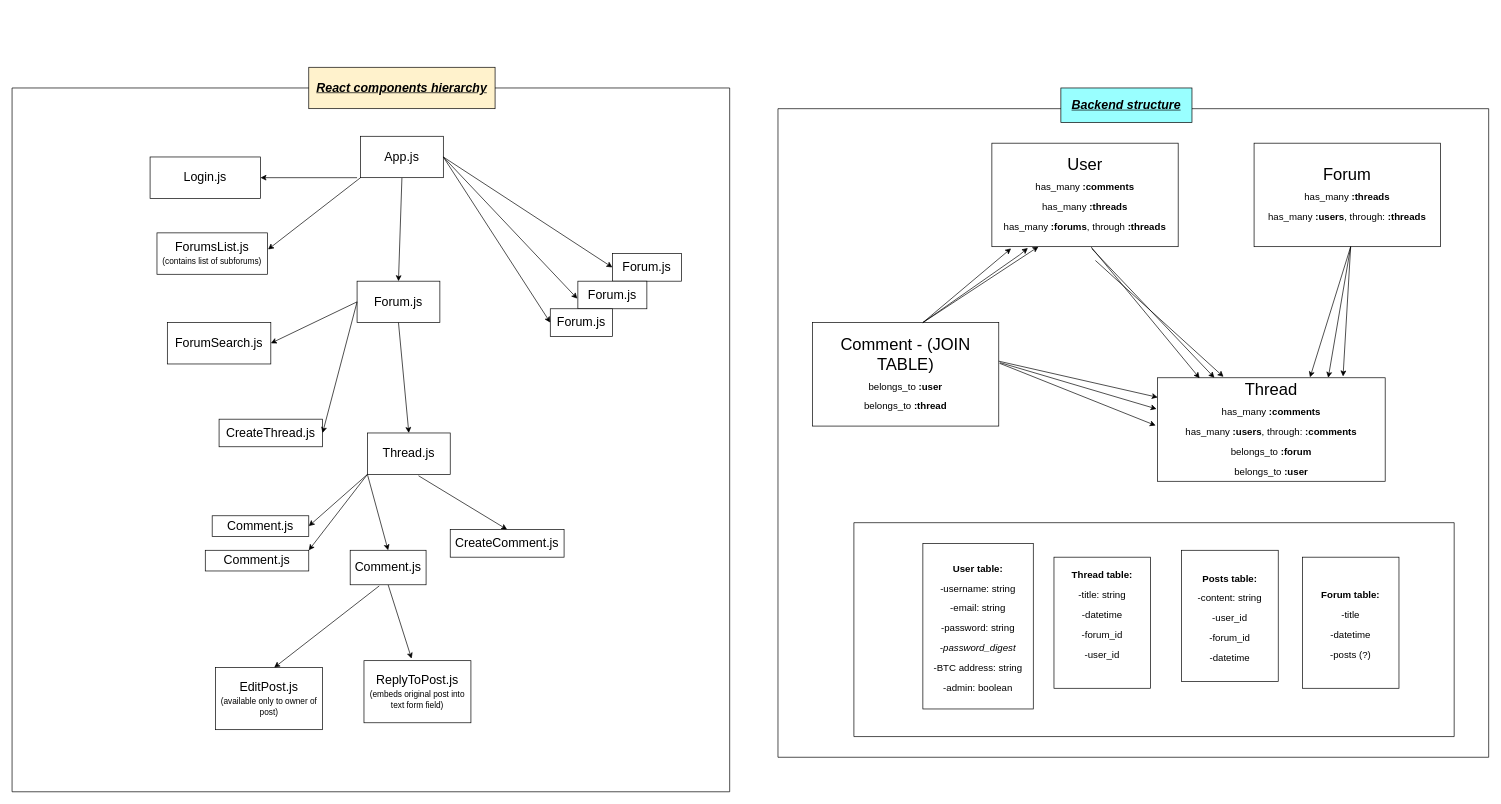
babux1/CryptoDev keeps this draw.io diagram as flowcharts.drawio. Above is the earlier version. Source tidied: cells renumbered, new cells numbered last; positions are measured from the earlier drawing's top-left corner, leaving out a move shared by most shapes. Both pictures are drawn from the tidied source at 69%, with x=0, y=0 at pixel (12, 67).
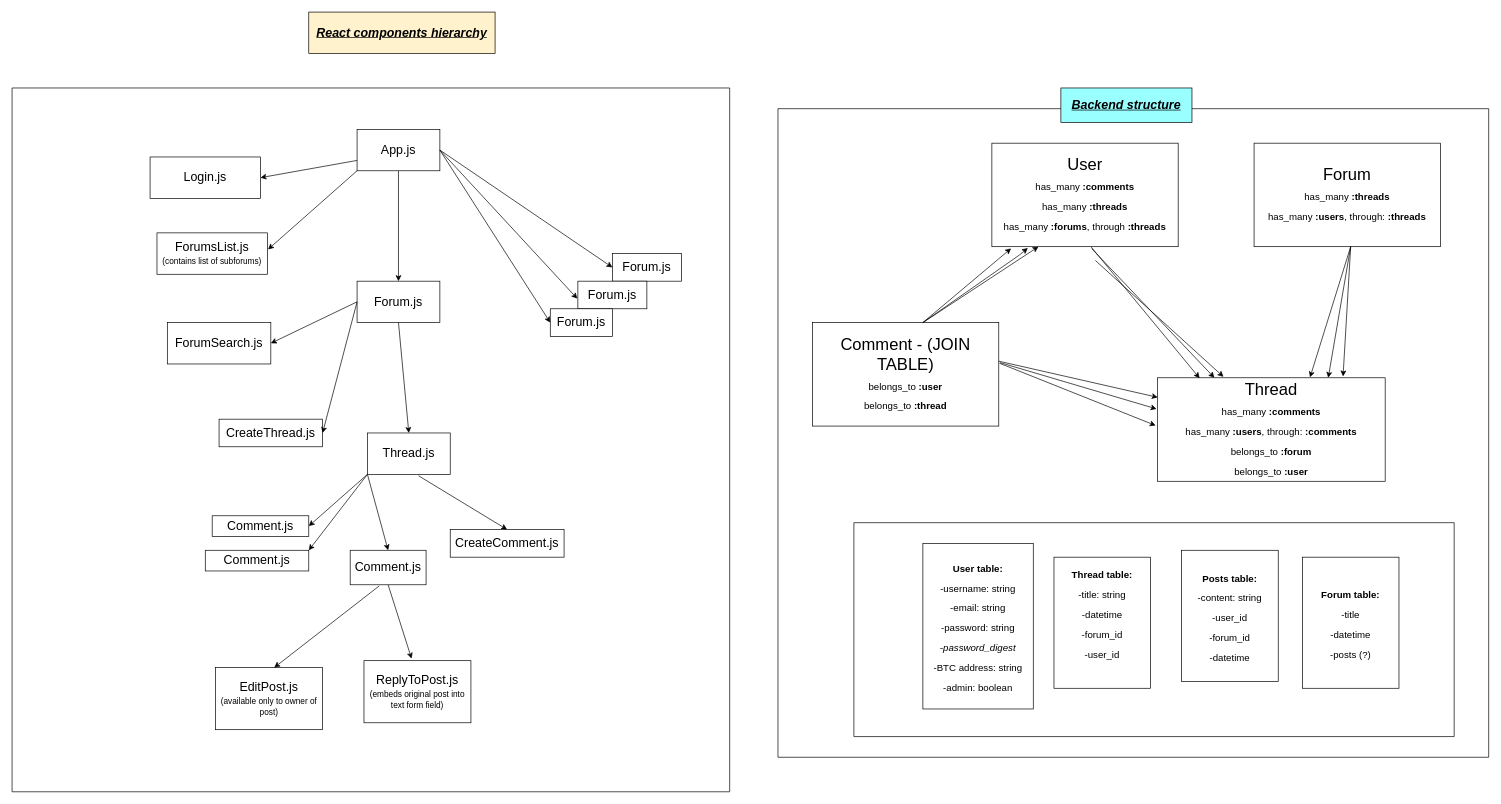
After the change.

The change refers to these unchanged cells:
```xml
<mxCell id="45" style="swimlane;startSize=0;fontSize=12;fillColor=#FFFFCC;" parent="1" vertex="1">
  <mxGeometry y="30" width="1040" height="1020" as="geometry" />
</mxCell>
<mxCell id="55" value="&lt;span style=&quot;font-size: 18px&quot;&gt;Login.js&lt;/span&gt;" style="rounded=0;whiteSpace=wrap;html=1;fontSize=14;" parent="45" vertex="1">
  <mxGeometry x="200" y="100" width="160" height="60" as="geometry" />
</mxCell>
```

The edit, as a diff of the source:
```diff
@@
     <mxCell id="46" value="&lt;font style=&quot;font-size: 18px&quot;&gt;App.js&lt;/font&gt;" style="rounded=0;whiteSpace=wrap;html=1;fontSize=14;" parent="45" vertex="1">
-      <mxGeometry x="505" y="70" width="120" height="60" as="geometry" />
+      <mxGeometry x="500" y="60" width="120" height="60" as="geometry" />
     </mxCell>
-    <mxCell id="47" value="&lt;font style=&quot;font-size: 18px&quot;&gt;&lt;b&gt;&lt;u&gt;&lt;i&gt;React components hierarchy&lt;/i&gt;&lt;/u&gt;&lt;/b&gt;&lt;/font&gt;" style="rounded=0;whiteSpace=wrap;html=1;fontSize=14;fillColor=#FFF2CC;" parent="45" vertex="1">
-      <mxGeometry x="430" y="-30" width="270" height="60" as="geometry" />
-    </mxCell>
@@
-    <mxCell id="56" style="endArrow=classic;html=1;rounded=0;fontSize=12;entryX=1;entryY=0.5;entryDx=0;entryDy=0;" parent="45" edge="1" target="55">
-      <mxGeometry relative="1" as="geometry">
-        <mxPoint x="500" y="130" as="sourcePoint" />
-      </mxGeometry>
+    <mxCell id="56" style="endArrow=classic;html=1;rounded=0;fontSize=12;entryX=1;entryY=0.5;entryDx=0;entryDy=0;exitX=0;exitY=0.75;exitDx=0;exitDy=0;" parent="45" edge="1" source="46" target="55">
+      <mxGeometry relative="1" as="geometry" />
     </mxCell>
@@
+    <mxCell id="47" value="&lt;font style=&quot;font-size: 18px&quot;&gt;&lt;b&gt;&lt;u&gt;&lt;i&gt;React components hierarchy&lt;/i&gt;&lt;/u&gt;&lt;/b&gt;&lt;/font&gt;" style="rounded=0;whiteSpace=wrap;html=1;fontSize=14;fillColor=#FFF2CC;" parent="1" vertex="1">
+      <mxGeometry x="430" y="-80" width="270" height="60" as="geometry" />
+    </mxCell>
```
